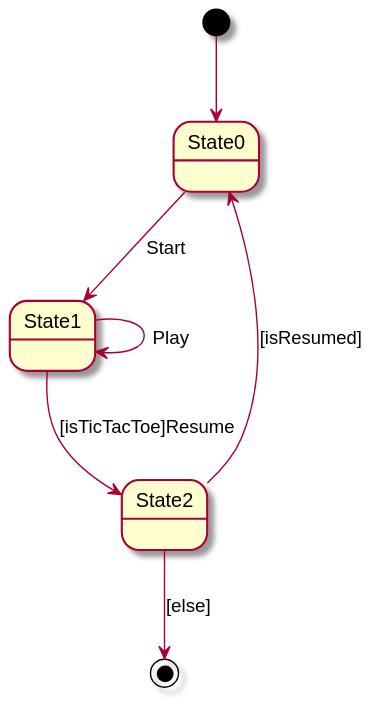
x-USantaTecla-game-ticTacToe/requirements keeps this PlantUML diagram as build/docs/asciidoc/images/diagramaContexto.svg. Above is the earlier version.
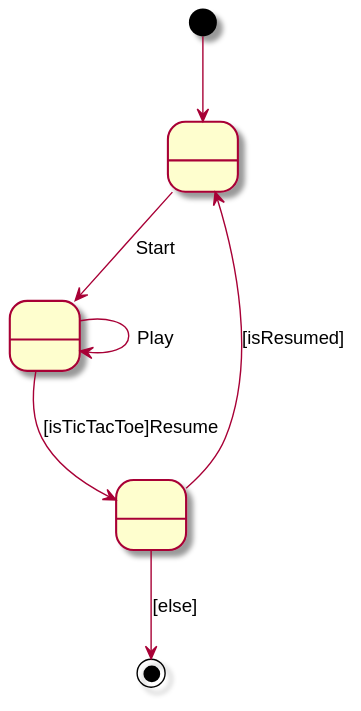
After the change.

The edit, as a diff of the source:
```diff
@@ -1,5 +1,7 @@
 @startuml
-
+state State0 as " "
+state State1 as " "
+state State2 as " "
 [*] --> State0
 State0 --> State1 : Start
 State1 --> State1 : Play
```
